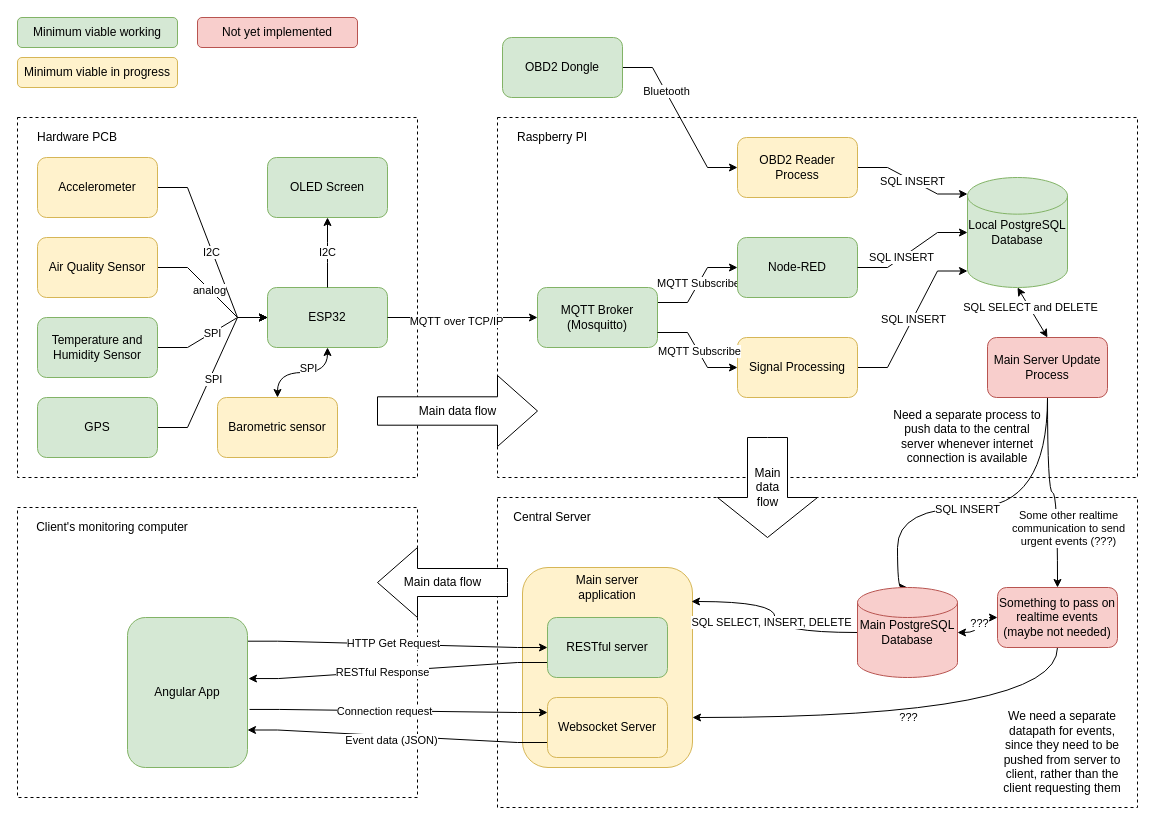
The draw.io diagram system/Untitled Diagram.drawio in lprib/drawio, before the edit. Source tidied: cells renumbered, new cells numbered last; positions are measured from the earlier drawing's top-left corner, leaving out a move shared by most shapes. Both pictures are drawn from the tidied source at 100%, with x=0, y=0 at pixel (17, 17).
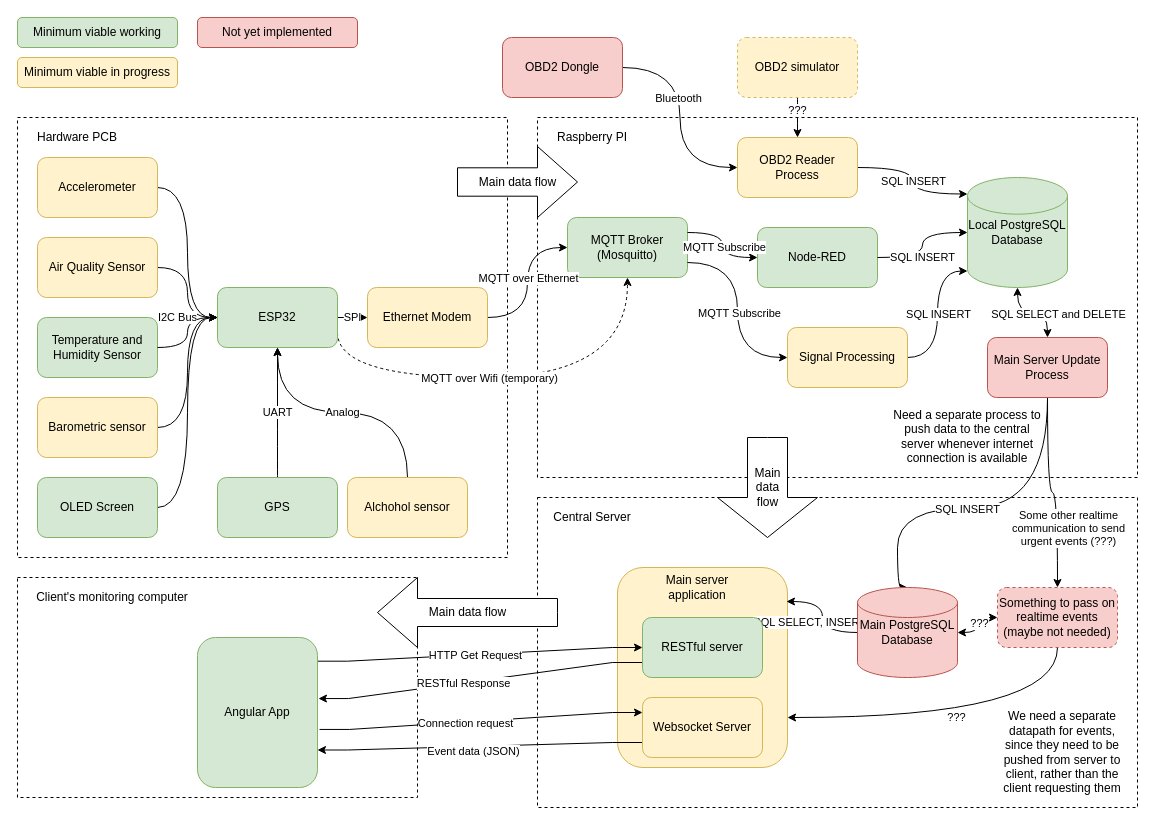
The same page after the edit.

Unchanged cells that the change refers to:
```xml
<mxCell id="10" value="Accelerometer" style="rounded=1;whiteSpace=wrap;html=1;fillColor=#fff2cc;strokeColor=#d6b656;" parent="1" vertex="1">
  <mxGeometry x="20" y="140" width="120" height="60" as="geometry" />
</mxCell>
<mxCell id="16" value="Air Quality Sensor" style="rounded=1;whiteSpace=wrap;html=1;fillColor=#fff2cc;strokeColor=#d6b656;" parent="1" vertex="1">
  <mxGeometry x="20" y="220" width="120" height="60" as="geometry" />
</mxCell>
<mxCell id="19" value="Temperature and Humidity Sensor" style="rounded=1;whiteSpace=wrap;html=1;fillColor=#d5e8d4;strokeColor=#82b366;" parent="1" vertex="1">
  <mxGeometry x="20" y="300" width="120" height="60" as="geometry" />
</mxCell>
<mxCell id="36" value="Local PostgreSQL Database" style="strokeWidth=1;html=1;shape=mxgraph.flowchart.database;whiteSpace=wrap;fillColor=#d5e8d4;strokeColor=#82b366;" parent="1" vertex="1">
  <mxGeometry x="950" y="160" width="100" height="110" as="geometry" />
</mxCell>
<mxCell id="41" value="Main Server Update Process" style="rounded=1;whiteSpace=wrap;html=1;strokeColor=#b85450;strokeWidth=1;fillColor=#f8cecc;" parent="1" vertex="1">
  <mxGeometry x="970" y="320" width="120" height="60" as="geometry" />
</mxCell>
<mxCell id="49" value="OBD2 Reader Process" style="rounded=1;whiteSpace=wrap;html=1;strokeColor=#d6b656;strokeWidth=1;fillColor=#fff2cc;" parent="1" vertex="1">
  <mxGeometry x="720" y="120" width="120" height="60" as="geometry" />
</mxCell>
```

Diff of the diagram source:
```diff
@@
+    <mxCell id="4" style="rounded=0;whiteSpace=wrap;html=1;fillColor=none;dashed=1;" parent="1" vertex="1">
+      <mxGeometry x="520" y="480" width="600" height="310" as="geometry" />
+    </mxCell>
+    <mxCell id="6" style="rounded=0;whiteSpace=wrap;html=1;fillColor=none;dashed=1;" parent="1" vertex="1">
+      <mxGeometry y="100" width="490" height="440" as="geometry" />
+    </mxCell>
     <mxCell id="2" style="rounded=0;whiteSpace=wrap;html=1;fillColor=none;dashed=1;" parent="1" vertex="1">
-      <mxGeometry y="490" width="400" height="290" as="geometry" />
+      <mxGeometry y="560" width="400" height="220" as="geometry" />
     </mxCell>
     <mxCell id="3" style="rounded=0;whiteSpace=wrap;html=1;fillColor=none;dashed=1;" parent="1" vertex="1">
-      <mxGeometry x="480" y="100" width="640" height="360" as="geometry" />
+      <mxGeometry x="520" y="100" width="600" height="360" as="geometry" />
     </mxCell>
-    <mxCell id="4" style="rounded=0;whiteSpace=wrap;html=1;fillColor=none;dashed=1;" parent="1" vertex="1">
-      <mxGeometry x="480" y="480" width="640" height="310" as="geometry" />
-    </mxCell>
     <mxCell id="5" style="rounded=1;whiteSpace=wrap;html=1;strokeColor=#d6b656;strokeWidth=1;fillColor=#fff2cc;" parent="1" vertex="1">
-      <mxGeometry x="505" y="550" width="170" height="200" as="geometry" />
+      <mxGeometry x="600" y="550" width="170" height="200" as="geometry" />
     </mxCell>
-    <mxCell id="6" style="rounded=0;whiteSpace=wrap;html=1;fillColor=none;dashed=1;" parent="1" vertex="1">
-      <mxGeometry y="100" width="400" height="360" as="geometry" />
-    </mxCell>
+    <mxCell id="83" value="SPI" style="edgeStyle=orthogonalEdgeStyle;curved=1;rounded=0;jettySize=auto;html=1;exitX=1;exitY=0.5;exitDx=0;exitDy=0;entryX=0;entryY=0.5;entryDx=0;entryDy=0;startArrow=none;startFill=0;endArrow=classic;endFill=1;" parent="1" edge="1" source="7" target="93">
+      <mxGeometry relative="1" as="geometry" />
+    </mxCell>
+    <mxCell id="26" style="edgeStyle=orthogonalEdgeStyle;curved=1;rounded=0;jettySize=auto;html=1;exitX=1;exitY=0.75;exitDx=0;exitDy=0;startArrow=none;startFill=0;endArrow=classic;endFill=1;dashed=1;" parent="1" edge="1" source="7" target="25">
+      <mxGeometry relative="1" as="geometry">
+        <Array as="points">
+          <mxPoint x="320" y="360" />
+          <mxPoint x="610" y="360" />
+        </Array>
+      </mxGeometry>
+    </mxCell>
+    <mxCell id="84" value="MQTT over Wifi (temporary)" style="edgeLabel;html=1;align=center;verticalAlign=middle;" parent="26" vertex="1">
+      <mxGeometry x="-0.2" y="-2" relative="1" as="geometry">
+        <mxPoint x="22" y="-2" as="offset" />
+      </mxGeometry>
+    </mxCell>
     <mxCell id="7" value="ESP32" style="rounded=1;whiteSpace=wrap;html=1;fillColor=#d5e8d4;strokeColor=#82b366;" parent="1" vertex="1">
-      <mxGeometry x="250" y="270" width="120" height="60" as="geometry" />
+      <mxGeometry x="200" y="270" width="120" height="60" as="geometry" />
     </mxCell>
-    <mxCell id="8" style="edgeStyle=entityRelationEdgeStyle;rounded=0;jettySize=auto;html=1;exitX=1;exitY=0.5;exitDx=0;exitDy=0;entryX=0;entryY=0.5;entryDx=0;entryDy=0;" parent="1" edge="1" source="10" target="7">
+    <mxCell id="8" style="edgeStyle=orthogonalEdgeStyle;curved=1;rounded=0;jettySize=auto;html=1;exitX=1;exitY=0.5;exitDx=0;exitDy=0;entryX=0;entryY=0.5;entryDx=0;entryDy=0;startArrow=none;startFill=0;endArrow=classic;endFill=1;" parent="1" edge="1" source="10" target="7">
       <mxGeometry relative="1" as="geometry" />
     </mxCell>
-    <mxCell id="9" value="I2C" style="edgeLabel;html=1;align=center;verticalAlign=middle;" parent="8" vertex="1">
-      <mxGeometry x="-0.01" y="-1" relative="1" as="geometry" />
-    </mxCell>
@@
-    <mxCell id="11" style="edgeStyle=entityRelationEdgeStyle;rounded=0;jettySize=auto;html=1;exitX=1;exitY=0.5;exitDx=0;exitDy=0;" parent="1" edge="1" source="13">
-      <mxGeometry relative="1" as="geometry">
-        <mxPoint x="250" y="300" as="targetPoint" />
-      </mxGeometry>
-    </mxCell>
-    <mxCell id="12" value="SPI" style="edgeLabel;html=1;align=center;verticalAlign=middle;" parent="11" vertex="1">
-      <mxGeometry x="-0.06" y="-3" relative="1" as="geometry" />
-    </mxCell>
+    <mxCell id="85" value="UART" style="edgeStyle=orthogonalEdgeStyle;rounded=0;jettySize=auto;html=1;exitX=0.5;exitY=0;exitDx=0;exitDy=0;entryX=0.5;entryY=1;entryDx=0;entryDy=0;startArrow=none;startFill=0;endArrow=classic;endFill=1;curved=1;" parent="1" edge="1" source="13" target="7">
+      <mxGeometry relative="1" as="geometry" />
+    </mxCell>
     <mxCell id="13" value="GPS" style="rounded=1;whiteSpace=wrap;html=1;fillColor=#d5e8d4;strokeColor=#82b366;" parent="1" vertex="1">
-      <mxGeometry x="20" y="380" width="120" height="60" as="geometry" />
+      <mxGeometry x="200" y="460" width="120" height="60" as="geometry" />
     </mxCell>
-    <mxCell id="14" style="edgeStyle=entityRelationEdgeStyle;rounded=0;jettySize=auto;html=1;exitX=1;exitY=0.5;exitDx=0;exitDy=0;" parent="1" edge="1" source="16">
-      <mxGeometry relative="1" as="geometry">
-        <mxPoint x="250" y="300" as="targetPoint" />
-      </mxGeometry>
-    </mxCell>
-    <mxCell id="15" value="analog" style="edgeLabel;html=1;align=center;verticalAlign=middle;" parent="14" vertex="1">
-      <mxGeometry x="-0.07" y="-1" relative="1" as="geometry" />
-    </mxCell>
+    <mxCell id="86" style="edgeStyle=orthogonalEdgeStyle;curved=1;rounded=0;jettySize=auto;html=1;exitX=1;exitY=0.5;exitDx=0;exitDy=0;entryX=0;entryY=0.5;entryDx=0;entryDy=0;startArrow=none;startFill=0;endArrow=classic;endFill=1;" parent="1" edge="1" source="16" target="7">
+      <mxGeometry relative="1" as="geometry" />
+    </mxCell>
@@
-    <mxCell id="17" style="edgeStyle=entityRelationEdgeStyle;rounded=0;jettySize=auto;html=1;exitX=1;exitY=0.5;exitDx=0;exitDy=0;" parent="1" edge="1" source="19">
-      <mxGeometry relative="1" as="geometry">
-        <mxPoint x="250" y="300" as="targetPoint" />
-      </mxGeometry>
-    </mxCell>
-    <mxCell id="18" value="SPI" style="edgeLabel;html=1;align=center;verticalAlign=middle;" parent="17" vertex="1">
-      <mxGeometry relative="1" as="geometry" />
-    </mxCell>
@@
+    <mxCell id="87" style="edgeStyle=orthogonalEdgeStyle;curved=1;rounded=0;jettySize=auto;html=1;exitX=1;exitY=0.5;exitDx=0;exitDy=0;entryX=0;entryY=0.5;entryDx=0;entryDy=0;startArrow=none;startFill=0;endArrow=classic;endFill=1;" parent="1" edge="1" source="21" target="7">
+      <mxGeometry relative="1" as="geometry" />
+    </mxCell>
     <mxCell id="21" value="OLED Screen" style="rounded=1;whiteSpace=wrap;html=1;fillColor=#d5e8d4;strokeColor=#82b366;" parent="1" vertex="1">
-      <mxGeometry x="250" y="140" width="120" height="60" as="geometry" />
+      <mxGeometry x="20" y="460" width="120" height="60" as="geometry" />
     </mxCell>
-    <mxCell id="22" value="I2C" style="edgeStyle=elbowEdgeStyle;elbow=vertical;endArrow=classic;html=1;exitX=0.5;exitY=0;exitDx=0;exitDy=0;entryX=0.5;entryY=1;entryDx=0;entryDy=0;" parent="1" edge="1" source="7" target="21">
-      <mxGeometry relative="1" as="geometry" />
-    </mxCell>
-    <mxCell id="23" style="edgeStyle=entityRelationEdgeStyle;rounded=0;jettySize=auto;html=1;exitX=1;exitY=0.25;exitDx=0;exitDy=0;entryX=0;entryY=0.5;entryDx=0;entryDy=0;" parent="1" edge="1" source="25" target="28">
-      <mxGeometry relative="1" as="geometry" />
-    </mxCell>
-    <mxCell id="24" value="MQTT Subscribe" style="edgeLabel;html=1;align=center;verticalAlign=middle;" parent="23" vertex="1">
-      <mxGeometry x="0.03" y="1" relative="1" as="geometry" />
-    </mxCell>
+    <mxCell id="28" value="Node-RED" style="rounded=1;whiteSpace=wrap;html=1;strokeColor=#82b366;fillColor=#d5e8d4;" parent="1" vertex="1">
+      <mxGeometry x="740" y="210" width="120" height="60" as="geometry" />
+    </mxCell>
     <mxCell id="25" value="MQTT Broker (Mosquitto)" style="rounded=1;whiteSpace=wrap;html=1;strokeColor=#82b366;fillColor=#d5e8d4;" parent="1" vertex="1">
-      <mxGeometry x="520" y="270" width="120" height="60" as="geometry" />
+      <mxGeometry x="550" y="200" width="120" height="60" as="geometry" />
     </mxCell>
-    <mxCell id="26" style="edgeStyle=elbowEdgeStyle;elbow=horizontal;endArrow=classic;html=1;exitX=1;exitY=0.5;exitDx=0;exitDy=0;entryX=0;entryY=0.5;entryDx=0;entryDy=0;" parent="1" edge="1" source="7" target="25">
-      <mxGeometry relative="1" as="geometry" />
-    </mxCell>
-    <mxCell id="27" value="MQTT over TCP/IP" style="edgeLabel;html=1;align=center;verticalAlign=middle;" parent="26" vertex="1">
-      <mxGeometry x="-0.09" y="-3" relative="1" as="geometry" />
-    </mxCell>
-    <mxCell id="28" value="Node-RED" style="rounded=1;whiteSpace=wrap;html=1;strokeColor=#82b366;fillColor=#d5e8d4;" parent="1" vertex="1">
-      <mxGeometry x="720" y="220" width="120" height="60" as="geometry" />
-    </mxCell>
-    <mxCell id="29" style="edgeStyle=entityRelationEdgeStyle;rounded=0;jettySize=auto;html=1;exitX=1;exitY=0.5;exitDx=0;exitDy=0;entryX=0;entryY=0.5;entryDx=0;entryDy=0;entryPerimeter=0;" parent="1" edge="1" source="28" target="36">
+    <mxCell id="29" style="edgeStyle=orthogonalEdgeStyle;rounded=0;jettySize=auto;html=1;exitX=1;exitY=0.5;exitDx=0;exitDy=0;entryX=0;entryY=0.5;entryDx=0;entryDy=0;entryPerimeter=0;curved=1;" parent="1" edge="1" source="28" target="36">
       <mxGeometry relative="1" as="geometry" />
     </mxCell>
@@
-    <mxCell id="31" style="edgeStyle=entityRelationEdgeStyle;rounded=0;jettySize=auto;html=1;exitX=1;exitY=0.5;exitDx=0;exitDy=0;entryX=0;entryY=0.85;entryDx=0;entryDy=0;entryPerimeter=0;" parent="1" edge="1" source="33" target="36">
+    <mxCell id="31" style="edgeStyle=orthogonalEdgeStyle;rounded=0;jettySize=auto;html=1;exitX=1;exitY=0.5;exitDx=0;exitDy=0;entryX=0;entryY=0.85;entryDx=0;entryDy=0;entryPerimeter=0;curved=1;" parent="1" edge="1" source="33" target="36">
       <mxGeometry relative="1" as="geometry" />
     </mxCell>
@@
     <mxCell id="33" value="Signal Processing " style="rounded=1;whiteSpace=wrap;html=1;strokeColor=#d6b656;fillColor=#fff2cc;" parent="1" vertex="1">
-      <mxGeometry x="720" y="320" width="120" height="60" as="geometry" />
+      <mxGeometry x="770" y="310" width="120" height="60" as="geometry" />
     </mxCell>
-    <mxCell id="34" style="edgeStyle=entityRelationEdgeStyle;rounded=0;jettySize=auto;html=1;exitX=1;exitY=0.75;exitDx=0;exitDy=0;entryX=0;entryY=0.5;entryDx=0;entryDy=0;" parent="1" edge="1" source="25" target="33">
+    <mxCell id="34" style="edgeStyle=orthogonalEdgeStyle;rounded=0;jettySize=auto;html=1;exitX=1;exitY=0.75;exitDx=0;exitDy=0;entryX=0;entryY=0.5;entryDx=0;entryDy=0;curved=1;" parent="1" edge="1" source="25" target="33">
       <mxGeometry relative="1" as="geometry" />
     </mxCell>
@@
-    <mxCell id="47" style="edgeStyle=entityRelationEdgeStyle;rounded=0;jettySize=auto;html=1;exitX=1;exitY=0.5;exitDx=0;exitDy=0;entryX=0;entryY=0.15;entryDx=0;entryDy=0;entryPerimeter=0;" parent="1" edge="1" source="49" target="36">
+    <mxCell id="47" style="edgeStyle=orthogonalEdgeStyle;rounded=0;jettySize=auto;html=1;exitX=1;exitY=0.5;exitDx=0;exitDy=0;entryX=0;entryY=0.15;entryDx=0;entryDy=0;entryPerimeter=0;curved=1;" parent="1" edge="1" source="49" target="36">
       <mxGeometry relative="1" as="geometry" />
     </mxCell>
@@
-    <mxCell id="50" style="edgeStyle=entityRelationEdgeStyle;rounded=0;jettySize=auto;html=1;exitX=1;exitY=0.5;exitDx=0;exitDy=0;entryX=0;entryY=0.5;entryDx=0;entryDy=0;" parent="1" edge="1" source="52" target="49">
+    <mxCell id="50" style="edgeStyle=orthogonalEdgeStyle;rounded=0;jettySize=auto;html=1;exitX=1;exitY=0.5;exitDx=0;exitDy=0;entryX=0;entryY=0.5;entryDx=0;entryDy=0;curved=1;" parent="1" edge="1" source="52" target="49">
       <mxGeometry relative="1" as="geometry" />
     </mxCell>
     <mxCell id="51" value="Bluetooth" style="edgeLabel;html=1;align=center;verticalAlign=middle;" parent="50" vertex="1">
-      <mxGeometry x="-0.34" y="1" relative="1" as="geometry" />
+      <mxGeometry x="-0.34" y="1" relative="1" as="geometry">
+        <mxPoint x="-3" y="17" as="offset" />
+      </mxGeometry>
     </mxCell>
-    <mxCell id="52" value="OBD2 Dongle" style="rounded=1;whiteSpace=wrap;html=1;strokeColor=#82b366;strokeWidth=1;fillColor=#d5e8d4;" parent="1" vertex="1">
+    <mxCell id="52" value="OBD2 Dongle" style="rounded=1;whiteSpace=wrap;html=1;strokeColor=#b85450;strokeWidth=1;fillColor=#f8cecc;" parent="1" vertex="1">
       <mxGeometry x="485" y="20" width="120" height="60" as="geometry" />
     </mxCell>
-    <mxCell id="53" style="endArrow=classic;html=1;entryX=0.5;entryY=0;entryDx=0;entryDy=0;exitX=0.5;exitY=1;exitDx=0;exitDy=0;exitPerimeter=0;startArrow=classic;startFill=1;" parent="1" edge="1" source="36" target="41">
+    <mxCell id="53" style="endArrow=classic;html=1;entryX=0.5;entryY=0;entryDx=0;entryDy=0;exitX=0.5;exitY=1;exitDx=0;exitDy=0;exitPerimeter=0;startArrow=classic;startFill=1;edgeStyle=orthogonalEdgeStyle;curved=1;" parent="1" edge="1" source="36" target="41">
       <mxGeometry relative="1" as="geometry" />
     </mxCell>
     <mxCell id="54" value="SQL SELECT and DELETE" style="edgeLabel;html=1;align=center;verticalAlign=middle;" parent="53" vertex="1">
       <mxGeometry x="-0.31" y="3" relative="1" as="geometry">
-        <mxPoint y="4" as="offset" />
+        <mxPoint x="37" y="4" as="offset" />
       </mxGeometry>
     </mxCell>
@@
     <mxCell id="57" value="RESTful server" style="rounded=1;whiteSpace=wrap;html=1;strokeColor=#82b366;strokeWidth=1;fillColor=#d5e8d4;" parent="1" vertex="1">
-      <mxGeometry x="530" y="600" width="120" height="60" as="geometry" />
+      <mxGeometry x="625" y="600" width="120" height="60" as="geometry" />
     </mxCell>
@@
     <mxCell id="59" value="Websocket Server" style="rounded=1;whiteSpace=wrap;html=1;strokeColor=#d6b656;strokeWidth=1;fillColor=#fff2cc;" parent="1" vertex="1">
-      <mxGeometry x="530" y="680" width="120" height="60" as="geometry" />
+      <mxGeometry x="625" y="680" width="120" height="60" as="geometry" />
     </mxCell>
@@
-    <mxCell id="62" value="Something to pass on realtime events (maybe not needed)" style="rounded=1;whiteSpace=wrap;html=1;strokeColor=#b85450;strokeWidth=1;fillColor=#f8cecc;" parent="1" vertex="1">
+    <mxCell id="62" value="Something to pass on realtime events (maybe not needed)" style="rounded=1;whiteSpace=wrap;html=1;strokeColor=#b85450;strokeWidth=1;fillColor=#f8cecc;dashed=1;" parent="1" vertex="1">
       <mxGeometry x="980" y="570" width="120" height="60" as="geometry" />
     </mxCell>
     <mxCell id="63" value="Raspberry PI" style="text;html=1;strokeColor=none;fillColor=none;align=center;verticalAlign=middle;whiteSpace=wrap;rounded=0;" parent="1" vertex="1">
-      <mxGeometry x="490" y="110" width="90" height="20" as="geometry" />
+      <mxGeometry x="530" y="110" width="90" height="20" as="geometry" />
     </mxCell>
     <mxCell id="64" value="Central Server" style="text;html=1;strokeColor=none;fillColor=none;align=center;verticalAlign=middle;whiteSpace=wrap;rounded=0;" parent="1" vertex="1">
-      <mxGeometry x="490" y="490" width="90" height="20" as="geometry" />
+      <mxGeometry x="530" y="490" width="90" height="20" as="geometry" />
     </mxCell>
@@
     <mxCell id="69" value="Angular App" style="rounded=1;whiteSpace=wrap;html=1;strokeColor=#82b366;strokeWidth=1;fillColor=#d5e8d4;" parent="1" vertex="1">
-      <mxGeometry x="110" y="600" width="120" height="150" as="geometry" />
+      <mxGeometry x="180" y="620" width="120" height="150" as="geometry" />
     </mxCell>
     <mxCell id="70" value="Main server application" style="text;html=1;strokeColor=none;fillColor=none;align=center;verticalAlign=middle;whiteSpace=wrap;rounded=0;" parent="1" vertex="1">
-      <mxGeometry x="550" y="560" width="80" height="20" as="geometry" />
+      <mxGeometry x="640" y="560" width="80" height="20" as="geometry" />
     </mxCell>
@@
     <mxCell id="72" value="Main data flow" style="html=1;shadow=0;dashed=0;align=center;verticalAlign=middle;shape=mxgraph.arrows2.arrow;dy=0.6;dx=40;notch=0;strokeColor=#000000;strokeWidth=1;fillColor=#ffffff;" parent="1" vertex="1">
-      <mxGeometry x="360" y="358" width="160" height="71" as="geometry" />
+      <mxGeometry x="440" y="129" width="120" height="71" as="geometry" />
     </mxCell>
@@
     <mxCell id="74" value="Client's monitoring computer" style="text;html=1;strokeColor=none;fillColor=none;align=center;verticalAlign=middle;whiteSpace=wrap;rounded=0;" parent="1" vertex="1">
-      <mxGeometry x="10" y="500" width="170" height="20" as="geometry" />
+      <mxGeometry x="10" y="570" width="170" height="20" as="geometry" />
     </mxCell>
     <mxCell id="75" value="Main data flow" style="html=1;shadow=0;dashed=0;align=center;verticalAlign=middle;shape=mxgraph.arrows2.arrow;dy=0.6;dx=40;flipH=1;notch=0;strokeColor=#000000;strokeWidth=1;fillColor=#ffffff;" parent="1" vertex="1">
-      <mxGeometry x="360" y="530" width="130" height="70" as="geometry" />
+      <mxGeometry x="360" y="560" width="180" height="70" as="geometry" />
     </mxCell>
@@
-    <mxCell id="80" style="edgeStyle=orthogonalEdgeStyle;curved=1;rounded=0;jettySize=auto;html=1;exitX=0.5;exitY=0;exitDx=0;exitDy=0;entryX=0.5;entryY=1;entryDx=0;entryDy=0;startArrow=classic;startFill=1;endArrow=classic;endFill=1;" parent="1" edge="1" source="82" target="7">
+    <mxCell id="80" style="edgeStyle=orthogonalEdgeStyle;curved=1;rounded=0;jettySize=auto;html=1;exitX=1;exitY=0.5;exitDx=0;exitDy=0;entryX=0;entryY=0.5;entryDx=0;entryDy=0;startArrow=none;startFill=0;endArrow=classic;endFill=1;" parent="1" edge="1" source="82" target="7">
       <mxGeometry relative="1" as="geometry" />
     </mxCell>
-    <mxCell id="81" value="SPI" style="edgeLabel;html=1;align=center;verticalAlign=middle;" parent="80" vertex="1">
-      <mxGeometry x="0.22" y="1" relative="1" as="geometry">
-        <mxPoint x="-6" y="-4" as="offset" />
-      </mxGeometry>
-    </mxCell>
     <mxCell id="82" value="Barometric sensor" style="rounded=1;whiteSpace=wrap;html=1;fillColor=#fff2cc;strokeColor=#d6b656;" parent="1" vertex="1">
-      <mxGeometry x="200" y="380" width="120" height="60" as="geometry" />
+      <mxGeometry x="20" y="380" width="120" height="60" as="geometry" />
     </mxCell>
+    <mxCell id="23" style="edgeStyle=orthogonalEdgeStyle;rounded=0;jettySize=auto;html=1;exitX=1;exitY=0.25;exitDx=0;exitDy=0;entryX=0;entryY=0.5;entryDx=0;entryDy=0;curved=1;" parent="1" edge="1" source="25" target="28">
+      <mxGeometry relative="1" as="geometry" />
+    </mxCell>
+    <mxCell id="24" value="MQTT Subscribe" style="edgeLabel;html=1;align=center;verticalAlign=middle;" parent="23" vertex="1">
+      <mxGeometry x="0.03" y="1" relative="1" as="geometry" />
+    </mxCell>
+    <mxCell id="88" value="Analog" style="edgeStyle=orthogonalEdgeStyle;curved=1;rounded=0;jettySize=auto;html=1;exitX=0.5;exitY=0;exitDx=0;exitDy=0;startArrow=none;startFill=0;endArrow=classic;endFill=1;entryX=0.5;entryY=1;entryDx=0;entryDy=0;" parent="1" edge="1" source="89" target="7">
+      <mxGeometry relative="1" as="geometry" />
+    </mxCell>
+    <mxCell id="89" value="Alchohol sensor" style="rounded=1;whiteSpace=wrap;html=1;fillColor=#fff2cc;strokeColor=#d6b656;" parent="1" vertex="1">
+      <mxGeometry x="330" y="460" width="120" height="60" as="geometry" />
+    </mxCell>
+    <mxCell id="90" value="I2C Bus" style="edgeStyle=orthogonalEdgeStyle;curved=1;rounded=0;jettySize=auto;html=1;exitX=1;exitY=0.5;exitDx=0;exitDy=0;startArrow=none;startFill=0;endArrow=classic;endFill=1;entryX=0;entryY=0.5;entryDx=0;entryDy=0;" parent="1" edge="1" source="19" target="7">
+      <mxGeometry x="0.33" y="-10" relative="1" as="geometry">
+        <mxPoint x="-10" y="-10" as="offset" />
+      </mxGeometry>
+    </mxCell>
+    <mxCell id="91" style="edgeStyle=orthogonalEdgeStyle;curved=1;rounded=0;jettySize=auto;html=1;exitX=1;exitY=0.5;exitDx=0;exitDy=0;entryX=0;entryY=0.5;entryDx=0;entryDy=0;startArrow=none;startFill=0;endArrow=classic;endFill=1;" parent="1" edge="1" source="93" target="25">
+      <mxGeometry relative="1" as="geometry" />
+    </mxCell>
+    <mxCell id="92" value="MQTT over Ethernet" style="edgeLabel;html=1;align=center;verticalAlign=middle;" parent="91" vertex="1">
+      <mxGeometry x="-0.3" y="-2" relative="1" as="geometry">
+        <mxPoint x="-2" y="-27" as="offset" />
+      </mxGeometry>
+    </mxCell>
+    <mxCell id="93" value="Ethernet Modem" style="rounded=1;whiteSpace=wrap;html=1;strokeColor=#d6b656;strokeWidth=1;fillColor=#fff2cc;" parent="1" vertex="1">
+      <mxGeometry x="350" y="270" width="120" height="60" as="geometry" />
+    </mxCell>
+    <mxCell id="94" style="edgeStyle=orthogonalEdgeStyle;curved=1;rounded=0;jettySize=auto;html=1;exitX=0.5;exitY=1;exitDx=0;exitDy=0;entryX=0.5;entryY=0;entryDx=0;entryDy=0;startArrow=none;startFill=0;endArrow=classic;endFill=1;" parent="1" edge="1" source="96" target="49">
+      <mxGeometry relative="1" as="geometry" />
+    </mxCell>
+    <mxCell id="95" value="???" style="edgeLabel;html=1;align=center;verticalAlign=middle;" parent="94" vertex="1">
+      <mxGeometry x="-0.38" y="-1" relative="1" as="geometry" />
+    </mxCell>
+    <mxCell id="96" value="OBD2 simulator" style="rounded=1;whiteSpace=wrap;html=1;strokeColor=#d6b656;strokeWidth=1;fillColor=#fff2cc;dashed=1;" parent="1" vertex="1">
+      <mxGeometry x="720" y="20" width="120" height="60" as="geometry" />
+    </mxCell>
```
